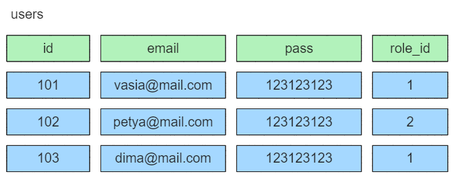
This is 10_DDL/ddl.excalidraw.png from silvercodes/p23_db_sql, a Excalidraw export, as it was before one commit. Source tidied: one line per element, renumbered; positions are measured from the earlier drawing's top-left corner, leaving out a move shared by most shapes.
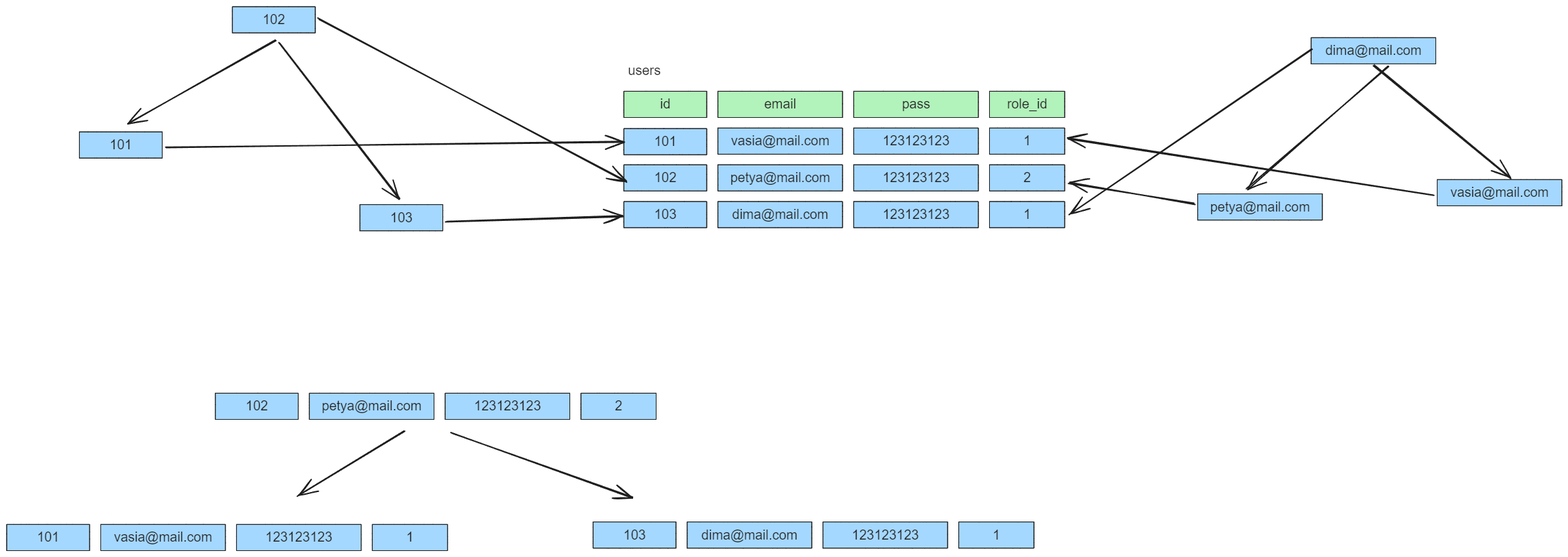
Later version of the same file.

Diff of the diagram source:
```diff
@@ -16,18 +16,66 @@
 {"id": 15, "type": "text", "text": "petya@mail.com", "strokeColor": "#1e1e1e", "backgroundColor": "#b2f2bb", "fillStyle": "solid", "strokeWidth": 1, "roughness": 0, "fontSize": 20, "fontFamily": 2, "textAlign": "center", "verticalAlign": "middle", "inside": 14, "x": 159, "y": 161, "width": 149, "height": 23}
 {"id": 16, "type": "rectangle", "strokeColor": "#1e1e1e", "backgroundColor": "#a5d8ff", "fillStyle": "solid", "strokeWidth": 1, "roughness": 0, "x": 343, "y": 153, "width": 186, "height": 39}
 {"id": 17, "type": "text", "text": "123123123", "strokeColor": "#1e1e1e", "backgroundColor": "#b2f2bb", "fillStyle": "solid", "strokeWidth": 1, "roughness": 0, "fontSize": 20, "fontFamily": 2, "textAlign": "center", "verticalAlign": "middle", "inside": 16, "x": 387, "y": 161, "width": 100, "height": 23}
+{"id": 33, "type": "rectangle", "strokeColor": "#1e1e1e", "backgroundColor": "#a5d8ff", "fillStyle": "solid", "strokeWidth": 1, "roughness": 0, "x": 0, "y": 207, "width": 124, "height": 39}
+{"id": 34, "type": "text", "text": "103", "strokeColor": "#1e1e1e", "backgroundColor": "#b2f2bb", "fillStyle": "solid", "strokeWidth": 1, "roughness": 0, "fontSize": 20, "fontFamily": 2, "textAlign": "center", "verticalAlign": "middle", "inside": 33, "x": 45, "y": 215, "width": 33, "height": 23}
+{"id": 35, "type": "rectangle", "strokeColor": "#1e1e1e", "backgroundColor": "#a5d8ff", "fillStyle": "solid", "strokeWidth": 1, "roughness": 0, "x": 141, "y": 207, "width": 186, "height": 39}
+{"id": 36, "type": "text", "text": "dima@mail.com", "strokeColor": "#1e1e1e", "backgroundColor": "#b2f2bb", "fillStyle": "solid", "strokeWidth": 1, "roughness": 0, "fontSize": 20, "fontFamily": 2, "textAlign": "center", "verticalAlign": "middle", "inside": 35, "x": 162, "y": 215, "width": 144, "height": 23}
+{"id": 37, "type": "rectangle", "strokeColor": "#1e1e1e", "backgroundColor": "#a5d8ff", "fillStyle": "solid", "strokeWidth": 1, "roughness": 0, "x": 343, "y": 207, "width": 186, "height": 39}
+{"id": 38, "type": "text", "text": "123123123", "strokeColor": "#1e1e1e", "backgroundColor": "#b2f2bb", "fillStyle": "solid", "strokeWidth": 1, "roughness": 0, "fontSize": 20, "fontFamily": 2, "textAlign": "center", "verticalAlign": "middle", "inside": 37, "x": 387, "y": 215, "width": 100, "height": 23}
+{"id": 24, "type": "rectangle", "strokeColor": "#1e1e1e", "backgroundColor": "#b2f2bb", "fillStyle": "solid", "strokeWidth": 1, "roughness": 0, "x": 546, "y": 43, "width": 112, "height": 39}
+{"id": 25, "type": "text", "text": "role_id", "strokeColor": "#1e1e1e", "backgroundColor": "#b2f2bb", "fillStyle": "solid", "strokeWidth": 1, "roughness": 0, "fontSize": 20, "fontFamily": 2, "textAlign": "center", "verticalAlign": "middle", "inside": 24, "x": 573, "y": 51, "width": 60, "height": 23}
+{"id": 26, "type": "rectangle", "strokeColor": "#1e1e1e", "backgroundColor": "#a5d8ff", "fillStyle": "solid", "strokeWidth": 1, "roughness": 0, "x": 546, "y": 98, "width": 112, "height": 39}
+{"id": 27, "type": "text", "text": "1", "strokeColor": "#1e1e1e", "backgroundColor": "#b2f2bb", "fillStyle": "solid", "strokeWidth": 1, "roughness": 0, "fontSize": 20, "fontFamily": 2, "textAlign": "center", "verticalAlign": "middle", "inside": 26, "x": 597, "y": 106, "width": 11, "height": 23}
+{"id": 28, "type": "rectangle", "strokeColor": "#1e1e1e", "backgroundColor": "#a5d8ff", "fillStyle": "solid", "strokeWidth": 1, "roughness": 0, "x": 546, "y": 153, "width": 112, "height": 39}
+{"id": 29, "type": "text", "text": "2", "strokeColor": "#1e1e1e", "backgroundColor": "#b2f2bb", "fillStyle": "solid", "strokeWidth": 1, "roughness": 0, "fontSize": 20, "fontFamily": 2, "textAlign": "center", "verticalAlign": "middle", "inside": 28, "x": 597, "y": 161, "width": 11, "height": 23}
+{"id": 39, "type": "rectangle", "strokeColor": "#1e1e1e", "backgroundColor": "#a5d8ff", "fillStyle": "solid", "strokeWidth": 1, "roughness": 0, "x": 546, "y": 207, "width": 112, "height": 39}
+{"id": 40, "type": "text", "text": "1", "strokeColor": "#1e1e1e", "backgroundColor": "#b2f2bb", "fillStyle": "solid", "strokeWidth": 1, "roughness": 0, "fontSize": 20, "fontFamily": 2, "textAlign": "center", "verticalAlign": "middle", "inside": 39, "x": 597, "y": 215, "width": 11, "height": 23}
+{"id": 32, "type": "text", "text": "users", "strokeColor": "#1e1e1e", "backgroundColor": "#a5d8ff", "fillStyle": "solid", "strokeWidth": 1, "roughness": 0, "fontSize": 20, "fontFamily": 2, "x": 6, "y": 0, "width": 49, "height": 23}
+{"id": 41, "type": "rectangle", "strokeColor": "#1e1e1e", "backgroundColor": "#a5d8ff", "fillStyle": "solid", "strokeWidth": 1, "roughness": 0, "x": -610, "y": 494, "width": 124, "height": 39}
+{"id": 42, "type": "text", "text": "102", "strokeColor": "#1e1e1e", "backgroundColor": "#b2f2bb", "fillStyle": "solid", "strokeWidth": 1, "roughness": 0, "fontSize": 20, "fontFamily": 2, "textAlign": "center", "verticalAlign": "middle", "inside": 41, "x": -565, "y": 502, "width": 33, "height": 23}
+{"id": 43, "type": "rectangle", "strokeColor": "#1e1e1e", "backgroundColor": "#a5d8ff", "fillStyle": "solid", "strokeWidth": 1, "roughness": 0, "x": -470, "y": 494, "width": 186, "height": 39}
+{"id": 44, "type": "text", "text": "petya@mail.com", "strokeColor": "#1e1e1e", "backgroundColor": "#b2f2bb", "fillStyle": "solid", "strokeWidth": 1, "roughness": 0, "fontSize": 20, "fontFamily": 2, "textAlign": "center", "verticalAlign": "middle", "inside": 43, "x": -451, "y": 502, "width": 149, "height": 23}
+{"id": 45, "type": "rectangle", "strokeColor": "#1e1e1e", "backgroundColor": "#a5d8ff", "fillStyle": "solid", "strokeWidth": 1, "roughness": 0, "x": -267, "y": 494, "width": 186, "height": 39}
+{"id": 46, "type": "text", "text": "123123123", "strokeColor": "#1e1e1e", "backgroundColor": "#b2f2bb", "fillStyle": "solid", "strokeWidth": 1, "roughness": 0, "fontSize": 20, "fontFamily": 2, "textAlign": "center", "verticalAlign": "middle", "inside": 45, "x": -224, "y": 502, "width": 100, "height": 23}
+{"id": 47, "type": "rectangle", "strokeColor": "#1e1e1e", "backgroundColor": "#a5d8ff", "fillStyle": "solid", "strokeWidth": 1, "roughness": 0, "x": -64, "y": 494, "width": 112, "height": 39}
+{"id": 48, "type": "text", "text": "2", "strokeColor": "#1e1e1e", "backgroundColor": "#b2f2bb", "fillStyle": "solid", "strokeWidth": 1, "roughness": 0, "fontSize": 20, "fontFamily": 2, "textAlign": "center", "verticalAlign": "middle", "inside": 47, "x": -13, "y": 502, "width": 11, "height": 23}
+{"id": 49, "type": "rectangle", "strokeColor": "#1e1e1e", "backgroundColor": "#a5d8ff", "fillStyle": "solid", "strokeWidth": 1, "roughness": 0, "x": -922, "y": 690, "width": 124, "height": 39}
+{"id": 50, "type": "text", "text": "101", "strokeColor": "#1e1e1e", "backgroundColor": "#b2f2bb", "fillStyle": "solid", "strokeWidth": 1, "roughness": 0, "fontSize": 20, "fontFamily": 2, "textAlign": "center", "verticalAlign": "middle", "inside": 49, "x": -877, "y": 698, "width": 33, "height": 23}
+{"id": 51, "type": "rectangle", "strokeColor": "#1e1e1e", "backgroundColor": "#a5d8ff", "fillStyle": "solid", "strokeWidth": 1, "roughness": 0, "x": -782, "y": 690, "width": 186, "height": 39}
+{"id": 52, "type": "text", "text": "vasia@mail.com", "strokeColor": "#1e1e1e", "backgroundColor": "#b2f2bb", "fillStyle": "solid", "strokeWidth": 1, "roughness": 0, "fontSize": 20, "fontFamily": 2, "textAlign": "center", "verticalAlign": "middle", "inside": 51, "x": -762, "y": 698, "width": 147, "height": 23}
+{"id": 53, "type": "rectangle", "strokeColor": "#1e1e1e", "backgroundColor": "#a5d8ff", "fillStyle": "solid", "strokeWidth": 1, "roughness": 0, "x": -579, "y": 690, "width": 186, "height": 39}
+{"id": 54, "type": "text", "text": "123123123", "strokeColor": "#1e1e1e", "backgroundColor": "#b2f2bb", "fillStyle": "solid", "strokeWidth": 1, "roughness": 0, "fontSize": 20, "fontFamily": 2, "textAlign": "center", "verticalAlign": "middle", "inside": 53, "x": -536, "y": 698, "width": 100, "height": 23}
+{"id": 55, "type": "rectangle", "strokeColor": "#1e1e1e", "backgroundColor": "#a5d8ff", "fillStyle": "solid", "strokeWidth": 1, "roughness": 0, "x": -376, "y": 690, "width": 112, "height": 39}
+{"id": 56, "type": "text", "text": "1", "strokeColor": "#1e1e1e", "backgroundColor": "#b2f2bb", "fillStyle": "solid", "strokeWidth": 1, "roughness": 0, "fontSize": 20, "fontFamily": 2, "textAlign": "center", "verticalAlign": "middle", "inside": 55, "x": -325, "y": 698, "width": 11, "height": 23}
-{"id": 18, "type": "rectangle", "strokeColor": "#1e1e1e", "backgroundColor": "#a5d8ff", "fillStyle": "solid", "strokeWidth": 1, "roughness": 0, "x": 0, "y": 207, "width": 124, "height": 39}
+{"id": 18, "type": "rectangle", "strokeColor": "#1e1e1e", "backgroundColor": "#a5d8ff", "fillStyle": "solid", "strokeWidth": 1, "roughness": 0, "x": -46, "y": 686, "width": 124, "height": 39}
-{"id": 19, "type": "text", "text": "103", "strokeColor": "#1e1e1e", "backgroundColor": "#b2f2bb", "fillStyle": "solid", "strokeWidth": 1, "roughness": 0, "fontSize": 20, "fontFamily": 2, "textAlign": "center", "verticalAlign": "middle", "inside": 18, "x": 45, "y": 215, "width": 33, "height": 23}
+{"id": 19, "type": "text", "text": "103", "strokeColor": "#1e1e1e", "backgroundColor": "#b2f2bb", "fillStyle": "solid", "strokeWidth": 1, "roughness": 0, "fontSize": 20, "fontFamily": 2, "textAlign": "center", "verticalAlign": "middle", "inside": 18, "x": -1, "y": 694, "width": 33, "height": 23}
-{"id": 20, "type": "rectangle", "strokeColor": "#1e1e1e", "backgroundColor": "#a5d8ff", "fillStyle": "solid", "strokeWidth": 1, "roughness": 0, "x": 141, "y": 207, "width": 186, "height": 39}
+{"id": 20, "type": "rectangle", "strokeColor": "#1e1e1e", "backgroundColor": "#a5d8ff", "fillStyle": "solid", "strokeWidth": 1, "roughness": 0, "x": 95, "y": 686, "width": 186, "height": 39}
-{"id": 21, "type": "text", "text": "dima@mail.com", "strokeColor": "#1e1e1e", "backgroundColor": "#b2f2bb", "fillStyle": "solid", "strokeWidth": 1, "roughness": 0, "fontSize": 20, "fontFamily": 2, "textAlign": "center", "verticalAlign": "middle", "inside": 20, "x": 162, "y": 215, "width": 144, "height": 23}
+{"id": 21, "type": "text", "text": "dima@mail.com", "strokeColor": "#1e1e1e", "backgroundColor": "#b2f2bb", "fillStyle": "solid", "strokeWidth": 1, "roughness": 0, "fontSize": 20, "fontFamily": 2, "textAlign": "center", "verticalAlign": "middle", "inside": 20, "x": 116, "y": 694, "width": 144, "height": 23}
-{"id": 22, "type": "rectangle", "strokeColor": "#1e1e1e", "backgroundColor": "#a5d8ff", "fillStyle": "solid", "strokeWidth": 1, "roughness": 0, "x": 343, "y": 207, "width": 186, "height": 39}
+{"id": 22, "type": "rectangle", "strokeColor": "#1e1e1e", "backgroundColor": "#a5d8ff", "fillStyle": "solid", "strokeWidth": 1, "roughness": 0, "x": 297, "y": 686, "width": 186, "height": 39}
-{"id": 23, "type": "text", "text": "123123123", "strokeColor": "#1e1e1e", "backgroundColor": "#b2f2bb", "fillStyle": "solid", "strokeWidth": 1, "roughness": 0, "fontSize": 20, "fontFamily": 2, "textAlign": "center", "verticalAlign": "middle", "inside": 22, "x": 387, "y": 215, "width": 100, "height": 23}
+{"id": 23, "type": "text", "text": "123123123", "strokeColor": "#1e1e1e", "backgroundColor": "#b2f2bb", "fillStyle": "solid", "strokeWidth": 1, "roughness": 0, "fontSize": 20, "fontFamily": 2, "textAlign": "center", "verticalAlign": "middle", "inside": 22, "x": 341, "y": 694, "width": 100, "height": 23}
-{"id": 24, "type": "rectangle", "strokeColor": "#1e1e1e", "backgroundColor": "#b2f2bb", "fillStyle": "solid", "strokeWidth": 1, "roughness": 0, "x": 546, "y": 43, "width": 112, "height": 39}
-{"id": 25, "type": "text", "text": "role_id", "strokeColor": "#1e1e1e", "backgroundColor": "#b2f2bb", "fillStyle": "solid", "strokeWidth": 1, "roughness": 0, "fontSize": 20, "fontFamily": 2, "textAlign": "center", "verticalAlign": "middle", "inside": 24, "x": 573, "y": 51, "width": 60, "height": 23}
-{"id": 26, "type": "rectangle", "strokeColor": "#1e1e1e", "backgroundColor": "#a5d8ff", "fillStyle": "solid", "strokeWidth": 1, "roughness": 0, "x": 546, "y": 98, "width": 112, "height": 39}
-{"id": 27, "type": "text", "text": "1", "strokeColor": "#1e1e1e", "backgroundColor": "#b2f2bb", "fillStyle": "solid", "strokeWidth": 1, "roughness": 0, "fontSize": 20, "fontFamily": 2, "textAlign": "center", "verticalAlign": "middle", "inside": 26, "x": 597, "y": 106, "width": 11, "height": 23}
-{"id": 28, "type": "rectangle", "strokeColor": "#1e1e1e", "backgroundColor": "#a5d8ff", "fillStyle": "solid", "strokeWidth": 1, "roughness": 0, "x": 546, "y": 153, "width": 112, "height": 39}
-{"id": 29, "type": "text", "text": "2", "strokeColor": "#1e1e1e", "backgroundColor": "#b2f2bb", "fillStyle": "solid", "strokeWidth": 1, "roughness": 0, "fontSize": 20, "fontFamily": 2, "textAlign": "center", "verticalAlign": "middle", "inside": 28, "x": 597, "y": 161, "width": 11, "height": 23}
-{"id": 30, "type": "rectangle", "strokeColor": "#1e1e1e", "backgroundColor": "#a5d8ff", "fillStyle": "solid", "strokeWidth": 1, "roughness": 0, "x": 546, "y": 207, "width": 112, "height": 39}
+{"id": 30, "type": "rectangle", "strokeColor": "#1e1e1e", "backgroundColor": "#a5d8ff", "fillStyle": "solid", "strokeWidth": 1, "roughness": 0, "x": 500, "y": 686, "width": 112, "height": 39}
-{"id": 31, "type": "text", "text": "1", "strokeColor": "#1e1e1e", "backgroundColor": "#b2f2bb", "fillStyle": "solid", "strokeWidth": 1, "roughness": 0, "fontSize": 20, "fontFamily": 2, "textAlign": "center", "verticalAlign": "middle", "inside": 30, "x": 597, "y": 215, "width": 11, "height": 23}
+{"id": 31, "type": "text", "text": "1", "strokeColor": "#1e1e1e", "backgroundColor": "#b2f2bb", "fillStyle": "solid", "strokeWidth": 1, "roughness": 0, "fontSize": 20, "fontFamily": 2, "textAlign": "center", "verticalAlign": "middle", "inside": 30, "x": 551, "y": 694, "width": 11, "height": 23}
-{"id": 32, "type": "text", "text": "users", "strokeColor": "#1e1e1e", "backgroundColor": "#a5d8ff", "fillStyle": "solid", "strokeWidth": 1, "roughness": 0, "fontSize": 20, "fontFamily": 2, "x": 6, "y": 0, "width": 49, "height": 23}
+{"id": 57, "type": "arrow", "strokeColor": "#1e1e1e", "strokeWidth": 2, "roughness": 1, "endArrowhead": "arrow", "round": true, "x": -328, "y": 549, "width": 159, "height": 97, "points": [[0, 0], [-159, 97]]}
+{"id": 58, "type": "arrow", "strokeColor": "#1e1e1e", "strokeWidth": 2, "roughness": 1, "endArrowhead": "arrow", "round": true, "x": -258, "y": 553, "width": 270, "height": 96, "points": [[0, 0], [270, 96]]}
+{"id": 59, "type": "rectangle", "strokeColor": "#1e1e1e", "backgroundColor": "#a5d8ff", "fillStyle": "solid", "strokeWidth": 1, "roughness": 0, "x": -585, "y": -84, "width": 124, "height": 39}
+{"id": 60, "type": "text", "text": "102", "strokeColor": "#1e1e1e", "backgroundColor": "#b2f2bb", "fillStyle": "solid", "strokeWidth": 1, "roughness": 0, "fontSize": 20, "fontFamily": 2, "textAlign": "center", "verticalAlign": "middle", "inside": 59, "x": -540, "y": -76, "width": 33, "height": 23}
+{"id": 61, "type": "rectangle", "strokeColor": "#1e1e1e", "backgroundColor": "#a5d8ff", "fillStyle": "solid", "strokeWidth": 1, "roughness": 0, "x": -814, "y": 103, "width": 124, "height": 39}
+{"id": 62, "type": "text", "text": "101", "strokeColor": "#1e1e1e", "backgroundColor": "#b2f2bb", "fillStyle": "solid", "strokeWidth": 1, "roughness": 0, "fontSize": 20, "fontFamily": 2, "textAlign": "center", "verticalAlign": "middle", "inside": 61, "x": -768, "y": 111, "width": 33, "height": 23}
+{"id": 63, "type": "rectangle", "strokeColor": "#1e1e1e", "backgroundColor": "#a5d8ff", "fillStyle": "solid", "strokeWidth": 1, "roughness": 0, "x": -394, "y": 212, "width": 124, "height": 39}
+{"id": 64, "type": "text", "text": "103", "strokeColor": "#1e1e1e", "backgroundColor": "#b2f2bb", "fillStyle": "solid", "strokeWidth": 1, "roughness": 0, "fontSize": 20, "fontFamily": 2, "textAlign": "center", "verticalAlign": "middle", "inside": 63, "x": -349, "y": 220, "width": 33, "height": 23}
+{"id": 65, "type": "arrow", "strokeColor": "#1e1e1e", "strokeWidth": 2, "roughness": 1, "endArrowhead": "arrow", "round": true, "from": 59, "to": 61, "x": -520, "y": -33, "width": 219, "height": 123, "points": [[0, 0], [-219, 123]]}
+{"id": 66, "type": "arrow", "strokeColor": "#1e1e1e", "strokeWidth": 2, "roughness": 1, "endArrowhead": "arrow", "round": true, "from": 59, "to": 63, "x": -514, "y": -29, "width": 179, "height": 233, "points": [[0, 0], [179, 233]]}
+{"id": 67, "type": "arrow", "strokeColor": "#1e1e1e", "strokeWidth": 2, "roughness": 1, "endArrowhead": "arrow", "round": true, "from": 59, "x": -457, "y": -66, "width": 460, "height": 244, "points": [[0, 0], [460, 244]]}
+{"id": 68, "type": "arrow", "strokeColor": "#1e1e1e", "strokeWidth": 2, "roughness": 1, "endArrowhead": "arrow", "round": true, "from": 61, "to": 6, "x": -685, "y": 126, "width": 684, "height": 8, "points": [[0, 0], [684, -8]]}
+{"id": 69, "type": "arrow", "strokeColor": "#1e1e1e", "strokeWidth": 2, "roughness": 1, "endArrowhead": "arrow", "round": true, "from": 63, "to": 33, "x": -266, "y": 237, "width": 264, "height": 8, "points": [[0, 0], [264, -8]]}
+{"id": 70, "type": "rectangle", "strokeColor": "#1e1e1e", "backgroundColor": "#a5d8ff", "fillStyle": "solid", "strokeWidth": 1, "roughness": 0, "x": 1027, "y": -37, "width": 186, "height": 39}
+{"id": 71, "type": "text", "text": "dima@mail.com", "strokeColor": "#1e1e1e", "backgroundColor": "#b2f2bb", "fillStyle": "solid", "strokeWidth": 1, "roughness": 0, "fontSize": 20, "fontFamily": 2, "textAlign": "center", "verticalAlign": "middle", "inside": 70, "x": 1048, "y": -29, "width": 144, "height": 23}
+{"id": 72, "type": "rectangle", "strokeColor": "#1e1e1e", "backgroundColor": "#a5d8ff", "fillStyle": "solid", "strokeWidth": 1, "roughness": 0, "x": 857, "y": 196, "width": 186, "height": 39}
+{"id": 73, "type": "text", "text": "petya@mail.com", "strokeColor": "#1e1e1e", "backgroundColor": "#b2f2bb", "fillStyle": "solid", "strokeWidth": 1, "roughness": 0, "fontSize": 20, "fontFamily": 2, "textAlign": "center", "verticalAlign": "middle", "inside": 72, "x": 876, "y": 204, "width": 149, "height": 23}
+{"id": 74, "type": "rectangle", "strokeColor": "#1e1e1e", "backgroundColor": "#a5d8ff", "fillStyle": "solid", "strokeWidth": 1, "roughness": 0, "x": 1215, "y": 175, "width": 186, "height": 39}
+{"id": 75, "type": "text", "text": "vasia@mail.com", "strokeColor": "#1e1e1e", "backgroundColor": "#b2f2bb", "fillStyle": "solid", "strokeWidth": 1, "roughness": 0, "fontSize": 20, "fontFamily": 2, "textAlign": "center", "verticalAlign": "middle", "inside": 74, "x": 1235, "y": 183, "width": 147, "height": 23}
+{"id": 76, "type": "arrow", "strokeColor": "#1e1e1e", "strokeWidth": 2, "roughness": 1, "endArrowhead": "arrow", "round": true, "from": 70, "to": 72, "x": 1142, "y": 5, "width": 211, "height": 183, "points": [[0, 0], [-211, 183]]}
+{"id": 77, "type": "arrow", "strokeColor": "#1e1e1e", "strokeWidth": 2, "roughness": 1, "endArrowhead": "arrow", "round": true, "from": 70, "to": 74, "x": 1121, "y": 5, "width": 204, "height": 168, "points": [[0, 0], [204, 168]]}
+{"id": 78, "type": "arrow", "strokeColor": "#1e1e1e", "strokeWidth": 2, "roughness": 1, "endArrowhead": "arrow", "round": true, "to": 39, "x": 1028, "y": -21, "width": 361, "height": 247, "points": [[0, 0], [-361, 247]]}
+{"id": 79, "type": "arrow", "strokeColor": "#1e1e1e", "strokeWidth": 2, "roughness": 1, "endArrowhead": "arrow", "round": true, "from": 72, "to": 28, "x": 853, "y": 211, "width": 187, "height": 31, "points": [[0, 0], [-187, -31]]}
+{"id": 80, "type": "arrow", "strokeColor": "#1e1e1e", "strokeWidth": 2, "roughness": 1, "endArrowhead": "arrow", "round": true, "from": 74, "to": 26, "x": 1210, "y": 197, "width": 546, "height": 84, "points": [[0, 0], [-546, -84]]}
```
